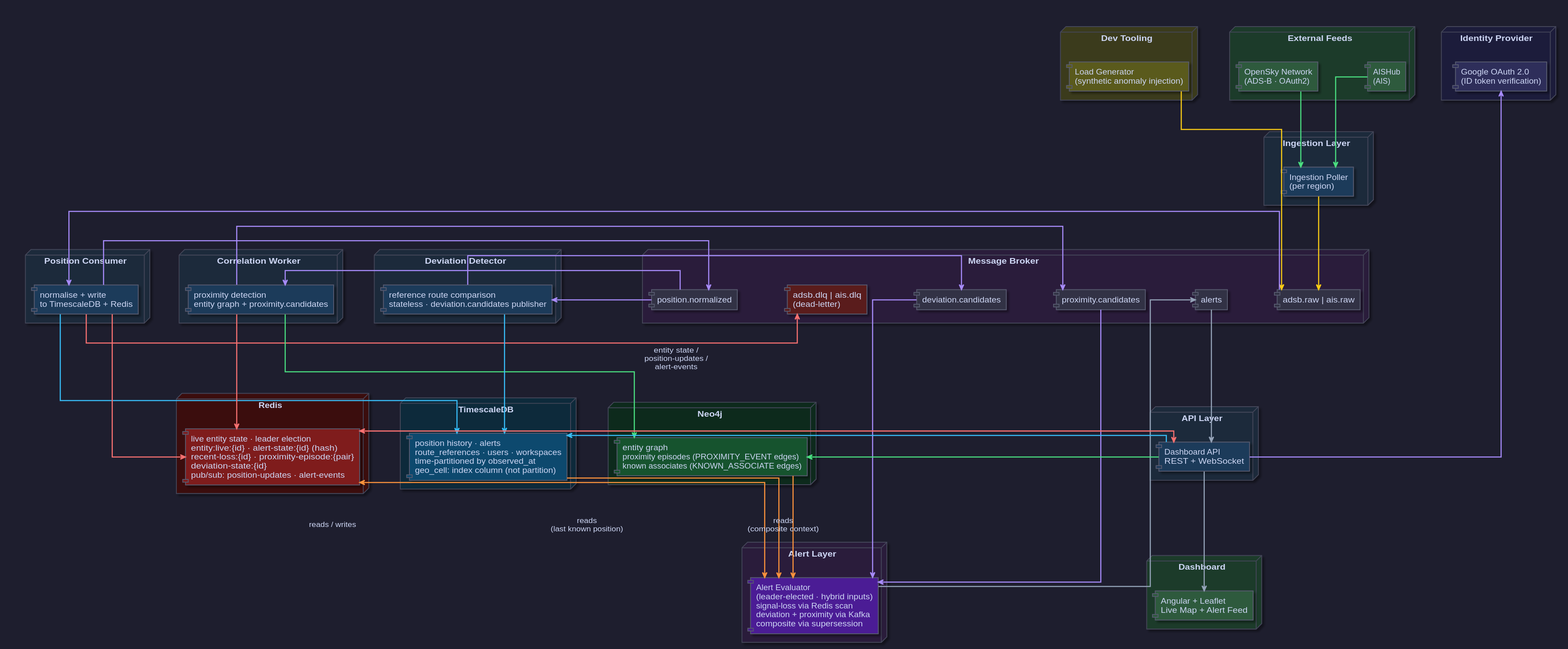
Buffden/sentinel keeps this PlantUML diagram as diagrams/docs/Sentinel Architecture.svg. Above is the earlier version.
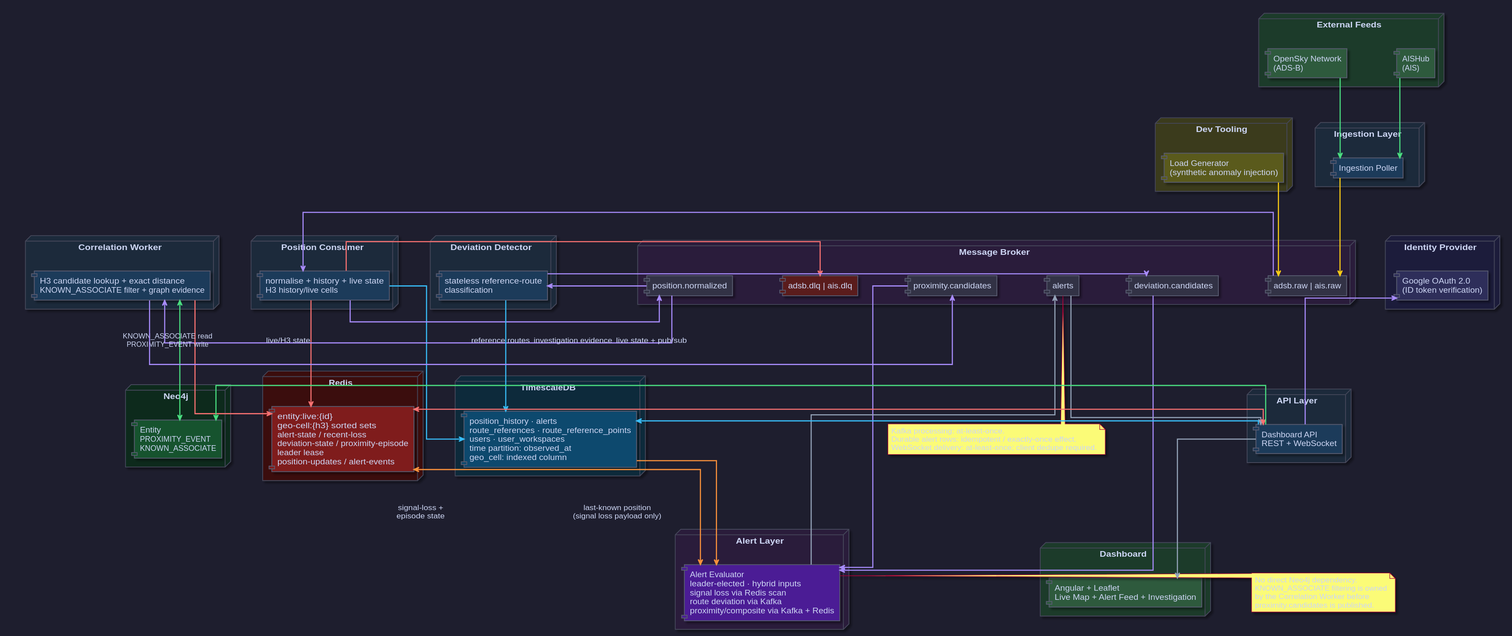
After the commit.

Diff of the diagram source:
```diff
@@ -34,118 +34,118 @@
     FontColor #e9d5ff
 }
 
-together {
-    node "External Feeds" #1e3a2a {
-        component [OpenSky Network\n(ADS-B · OAuth2)] as ADSB #2d5a3d
-        component [AISHub\n(AIS)] as AIS #2d5a3d
-    }
+node "External Feeds" #1e3a2a {
+    component [OpenSky Network\n(ADS-B)] as ADSB #2d5a3d
+    component [AISHub\n(AIS)] as AIS #2d5a3d
+}
 
-    node "Dev Tooling" #3a3a1a {
-        component [Load Generator\n(synthetic anomaly injection)] as LOADGEN #5a5a1a
-    }
+node "Dev Tooling" #3a3a1a {
+    component [Load Generator\n(synthetic anomaly injection)] as LOADGEN #5a5a1a
+}
 
-    node "Identity Provider" #1a1a3a {
-        component [Google OAuth 2.0\n(ID token verification)] as GOOGLE #2d2d5a
-    }
+node "Identity Provider" #1a1a3a {
+    component [Google OAuth 2.0\n(ID token verification)] as GOOGLE #2d2d5a
 }
 
 node "Ingestion Layer" #1a2a3a {
-    component [Ingestion Poller\n(per region)] as POLLER #1e3a5a
+    component [Ingestion Poller] as POLLER #1e3a5a
 }
 
 node "Message Broker" #2a1a3a {
-    queue [adsb.raw  |  ais.raw] as KAFKA_RAW
+    queue [adsb.raw | ais.raw] as KAFKA_RAW
     queue [position.normalized] as KAFKA_NORM
-    queue [adsb.dlq  |  ais.dlq\n(dead-letter)] as KAFKA_DLQ #5a1a1a
-    queue [deviation.candidates] as KAFKA_DEV_CAND
-    queue [proximity.candidates] as KAFKA_PROX_CAND
+    queue [adsb.dlq | ais.dlq] as KAFKA_DLQ #5a1a1a
+    queue [deviation.candidates] as KAFKA_DEV
+    queue [proximity.candidates] as KAFKA_PROX
     queue [alerts] as KAFKA_ALERTS
 }
 
 together {
     node "Position Consumer" #1a2a3a {
-        component [normalise + write\nto TimescaleDB + Redis] as POS_CONSUMER #1e3a5a
+        component [normalise + history + live state\nH3 history/live cells] as POS #1e3a5a
+    }
+
+    node "Deviation Detector" #1a2a3a {
+        component [stateless reference-route\nclassification] as DEV #1e3a5a
     }
 
     node "Correlation Worker" #1a2a3a {
-        component [proximity detection\nentity graph + proximity.candidates] as CORR_WORKER #1e3a5a
-    }
-
-    node "Deviation Detector" #1a2a3a {
-        component [reference route comparison\nstateless · deviation.candidates publisher] as DEV_DETECTOR #1e3a5a
+        component [H3 candidate lookup + exact distance\nKNOWN_ASSOCIATE filter + graph evidence] as CORR #1e3a5a
     }
 }
 
 together {
     node "TimescaleDB" #0c2a3a {
-        database [position history · alerts\nroute_references · users · workspaces\ntime-partitioned by observed_at\ngeo_cell: index column (not partition)] as TSDB #0c4a6e
+        database [position_history · alerts\nroute_references · route_reference_points\nusers · user_workspaces\ntime partition: observed_at\ngeo_cell: indexed column] as TSDB #0c4a6e
+    }
+
+    node "Redis" #3a0a0a {
+        database [entity:live:{id}\ngeo-cell:{h3} sorted sets\nalert-state / recent-loss\ndeviation-state / proximity-episode\nleader lease\nposition-updates / alert-events] as REDIS #7f1d1d
     }
 
     node "Neo4j" #0a2a1a {
-        database [entity graph\nproximity episodes (PROXIMITY_EVENT edges)\nknown associates (KNOWN_ASSOCIATE edges)] as NEO4J #14532d
-    }
-
-    node "Redis" #3a0a0a {
-        database [live entity state · leader election\nentity:live:{id} · alert-state:{id} (hash)\nrecent-loss:{id} · proximity-episode:{pair}\ndeviation-state:{id}\npub/sub: position-updates · alert-events] as REDIS #7f1d1d
+        database [Entity\nPROXIMITY_EVENT\nKNOWN_ASSOCIATE] as NEO4J #14532d
     }
 }
 
 node "Alert Layer" #2a1a3a {
-    component [Alert Evaluator\n(leader-elected · hybrid inputs)\nsignal-loss via Redis scan\ndeviation + proximity via Kafka\ncomposite via supersession] as ALERT #4c1d95
+    component [Alert Evaluator\nleader-elected · hybrid inputs\nsignal loss via Redis scan\nroute deviation via Kafka\nproximity/composite via Kafka + Redis] as ALERT #4c1d95
 }
 
 node "API Layer" #1a2a3a {
-    component [Dashboard API\nREST  +  WebSocket] as API #1e3a5a
+    component [Dashboard API\nREST + WebSocket] as API #1e3a5a
 }
 
 node "Dashboard" #1e3a2a {
-    component [Angular + Leaflet\nLive Map  +  Alert Feed] as DASH #2d5a3d
+    component [Angular + Leaflet\nLive Map + Alert Feed + Investigation] as DASH #2d5a3d
 }
 
+ADSB -[#4ade80]down-> POLLER
+AIS -[#4ade80]down-> POLLER
+LOADGEN -[#facc15]down-> KAFKA_RAW
+POLLER -[#facc15]down-> KAFKA_RAW
 
-ADSB        -[#4ade80]down->  POLLER
-AIS         -[#4ade80]down->  POLLER
+KAFKA_RAW -[#a78bfa]down-> POS
+POS -[#f87171]right-> KAFKA_DLQ
+POS -[#38bdf8]down-> TSDB
+POS -[#f87171]down-> REDIS
+POS -[#a78bfa]right-> KAFKA_NORM
 
-LOADGEN     -[#facc15]down->  KAFKA_RAW
+KAFKA_NORM -[#a78bfa]down-> DEV
+KAFKA_NORM -[#a78bfa]down-> CORR
 
-POLLER      -[#facc15]down->  KAFKA_RAW
+DEV -[#38bdf8]down-> TSDB : "reference routes"
+DEV -[#a78bfa]down-> KAFKA_DEV
 
-KAFKA_RAW   -[#a78bfa]down->  POS_CONSUMER
+CORR -[#f87171]down-> REDIS : "live/H3 state"
+CORR <-[#4ade80]-> NEO4J : "KNOWN_ASSOCIATE read\nPROXIMITY_EVENT write"
+CORR -[#a78bfa]down-> KAFKA_PROX
 
-POS_CONSUMER -[#f87171]right-> KAFKA_DLQ
+KAFKA_DEV -[#a78bfa]down-> ALERT
+KAFKA_PROX -[#a78bfa]down-> ALERT
+REDIS <-[#fb923c]-> ALERT : "signal-loss +\nepisode state"
+TSDB -[#fb923c]-> ALERT : "last-known position\n(signal loss payload only)"
 
-POS_CONSUMER -[#38bdf8]down-> TSDB
-POS_CONSUMER -[#f87171]down-> REDIS
+note right of ALERT
+  No direct Neo4j dependency.
+  KNOWN_ASSOCIATE filtering is owned
+  by the Correlation Worker before
+  proximity.candidates is published.
+end note
 
-POS_CONSUMER -[#a78bfa]right-> KAFKA_NORM
-
-KAFKA_NORM  -[#a78bfa]down->  CORR_WORKER
-KAFKA_NORM  -[#a78bfa]down->  DEV_DETECTOR
-
-CORR_WORKER  -[#f87171]down-> REDIS
-
-CORR_WORKER  -[#4ade80]down-> NEO4J
-CORR_WORKER  -[#a78bfa]down-> KAFKA_PROX_CAND
-
-DEV_DETECTOR -[#38bdf8]down-> TSDB
-
-DEV_DETECTOR -[#a78bfa]down-> KAFKA_DEV_CAND
-
-KAFKA_DEV_CAND  -[#a78bfa]down-> ALERT
-KAFKA_PROX_CAND -[#a78bfa]down-> ALERT
-
-REDIS       <-[#fb923c]->     ALERT : "reads / writes"
-TSDB        -[#fb923c]->      ALERT : "reads\n(last known position)"
-NEO4J       -[#fb923c]down->  ALERT : "reads\n(composite context)"
-
-ALERT       -[#94a3b8]down->  KAFKA_ALERTS
+ALERT -[#94a3b8]down-> KAFKA_ALERTS
 KAFKA_ALERTS -[#94a3b8]down-> API
 
-API         -[#38bdf8]left->  TSDB
-API         <-[#f87171]->     REDIS : "entity state /\nposition-updates /\nalert-events"
-API         -[#4ade80]left->  NEO4J
-API         -[#a78bfa]up->    GOOGLE
+API -[#38bdf8]left-> TSDB
+API <-[#f87171]-> REDIS : "live state + pub/sub"
+API -[#4ade80]left-> NEO4J : "investigation evidence"
+API -[#a78bfa]up-> GOOGLE
+API -[#94a3b8]down-> DASH
 
-API         -[#94a3b8]down->  DASH
+note bottom of KAFKA_ALERTS
+  Kafka processing: at-least-once.
+  Durable alert rows: idempotent / exactly-once effect.
+  WebSocket delivery: at-least-once; client dedupe required.
+end note
 
 @enduml
```
